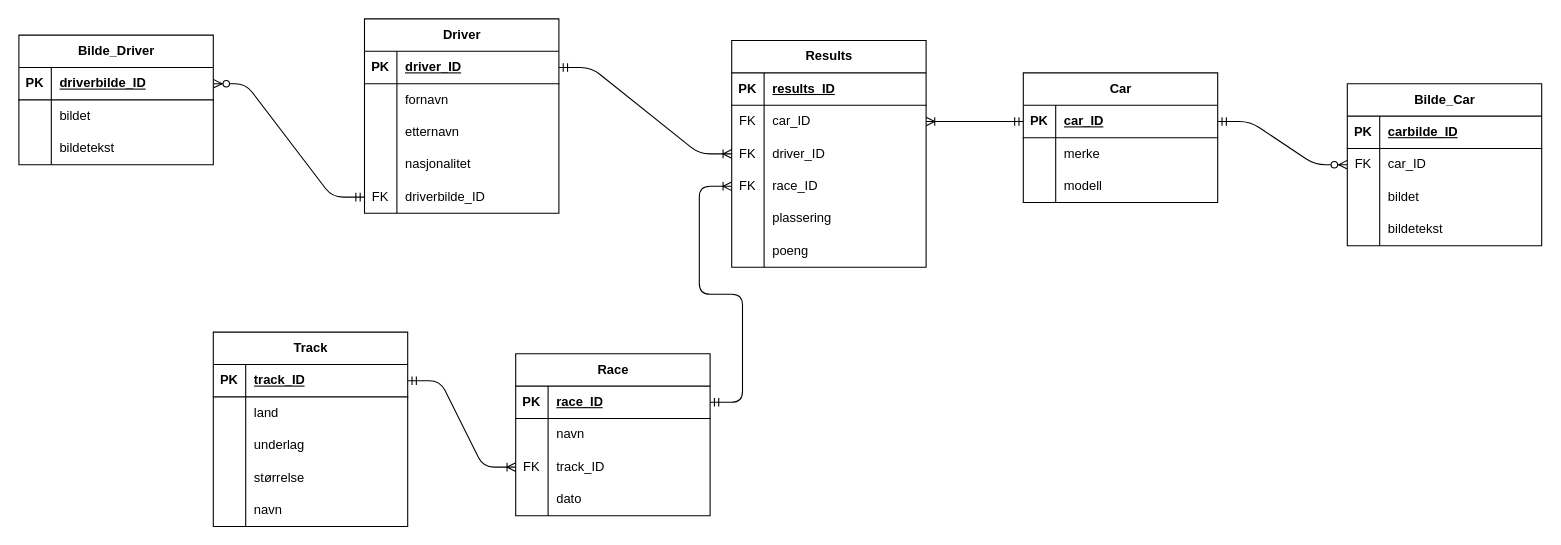
The draw.io diagram Prosjekt_database/Racetracker.drawio in Olaminator-07/Olaminator-07.github.io, before the edit. Source tidied: cells renumbered, new cells numbered last; positions are measured from the earlier drawing's top-left corner, leaving out a move shared by most shapes. Both pictures are drawn from the tidied source at 108%, with x=0, y=0 at pixel (18, 18).
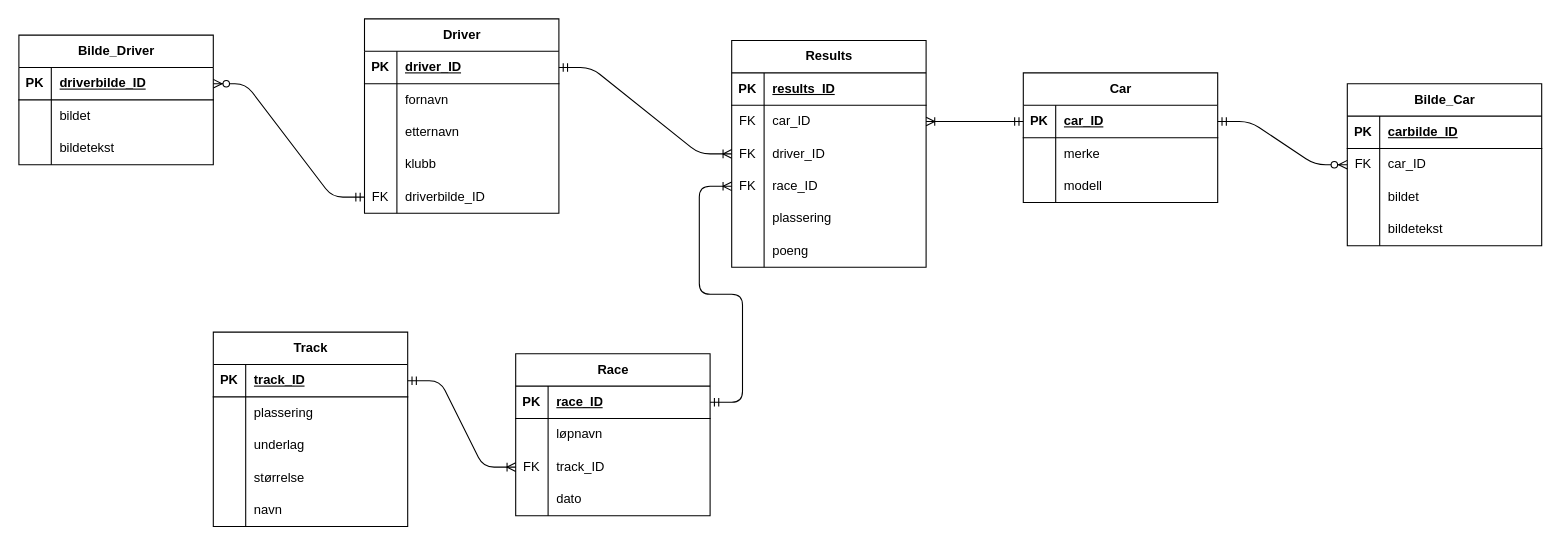
The same page after the edit.

Unchanged cells that the change refers to:
```xml
<mxCell id="22" style="shape=tableRow;horizontal=0;startSize=0;swimlaneHead=0;swimlaneBody=0;fillColor=none;top=0;left=0;right=0;bottom=0;" parent="12" vertex="1">
  <mxGeometry y="120" width="180" height="30" as="geometry" />
</mxCell>
<mxCell id="32" style="shape=tableRow;horizontal=0;startSize=0;swimlaneHead=0;swimlaneBody=0;fillColor=none;top=0;left=0;right=0;bottom=0;" parent="28" vertex="1">
  <mxGeometry y="60" width="180" height="30" as="geometry" />
</mxCell>
<mxCell id="64" style="shape=tableRow;horizontal=0;startSize=0;swimlaneHead=0;swimlaneBody=0;fillColor=none;top=0;left=0;right=0;bottom=0;" parent="60" vertex="1">
  <mxGeometry y="60" width="180" height="30" as="geometry" />
</mxCell>
```

Change to the diagram source:
```diff
@@
-    <mxCell id="24" value="nasjonalitet" style="shape=partialRectangle;fillColor=none;top=0;left=0;bottom=0;right=0;align=left;spacingLeft=6;overflow=hidden;whiteSpace=wrap;html=1;" parent="22" vertex="1">
+    <mxCell id="24" value="klubb" style="shape=partialRectangle;fillColor=none;top=0;left=0;bottom=0;right=0;align=left;spacingLeft=6;overflow=hidden;whiteSpace=wrap;html=1;" parent="22" vertex="1">
       <mxGeometry x="30" width="150" height="30" as="geometry" />
     </mxCell>
@@
-    <mxCell id="34" value="navn" style="shape=partialRectangle;fillColor=none;top=0;left=0;bottom=0;right=0;align=left;spacingLeft=6;overflow=hidden;whiteSpace=wrap;html=1;" parent="32" vertex="1">
+    <mxCell id="34" value="løpnavn" style="shape=partialRectangle;fillColor=none;top=0;left=0;bottom=0;right=0;align=left;spacingLeft=6;overflow=hidden;whiteSpace=wrap;html=1;" parent="32" vertex="1">
       <mxGeometry x="30" width="150" height="30" as="geometry" />
     </mxCell>
@@
-    <mxCell id="66" value="land" style="shape=partialRectangle;fillColor=none;top=0;left=0;bottom=0;right=0;align=left;spacingLeft=6;overflow=hidden;whiteSpace=wrap;html=1;" parent="64" vertex="1">
+    <mxCell id="66" value="plassering" style="shape=partialRectangle;fillColor=none;top=0;left=0;bottom=0;right=0;align=left;spacingLeft=6;overflow=hidden;whiteSpace=wrap;html=1;" parent="64" vertex="1">
       <mxGeometry x="30" width="150" height="30" as="geometry" />
     </mxCell>
```
